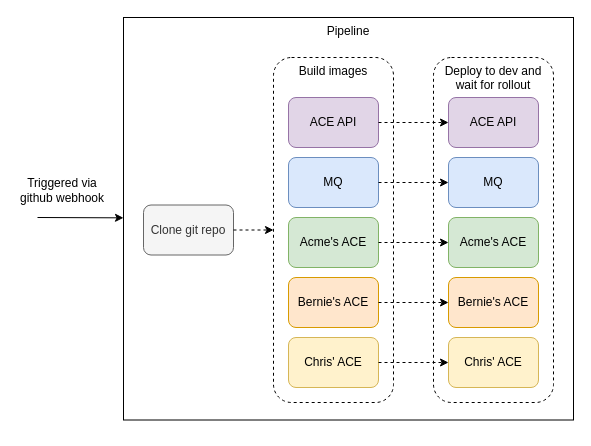
The draw.io diagram DrivewayDentDeletion/media/dev-pipeline.drawio in IBM/cp4i-deployment-samples, before the edit. Source tidied: cells renumbered, new cells numbered last; positions are measured from the earlier drawing's top-left corner, leaving out a move shared by most shapes. Both pictures are drawn from the tidied source at 100%, with x=0, y=0 at pixel (17, 17).
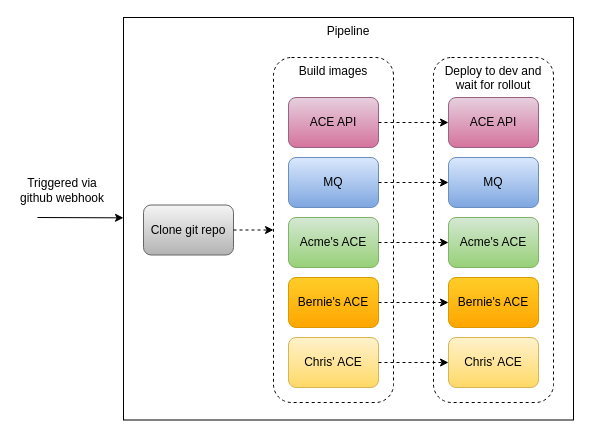
After the change.

Commit message (it also covers changes not shown here):
Add test of test env and use nice backgrounds for diagrams

Unchanged cells that the change refers to:
```xml
<mxCell id="3" style="group;dashed=1;strokeColor=none;" parent="1" vertex="1">
  <mxGeometry x="416" y="40" width="120" height="345" as="geometry" />
</mxCell>
```

Change to the diagram source:
```diff
@@
-    <mxCell id="5" value="ACE API" style="rounded=1;whiteSpace=wrap;html=1;fillColor=#e1d5e7;strokeColor=#9673a6;" parent="3" vertex="1">
+    <mxCell id="5" value="ACE API" style="rounded=1;whiteSpace=wrap;html=1;fillColor=#e6d0de;strokeColor=#996185;gradientColor=#d5739d;" parent="3" vertex="1">
       <mxGeometry x="15" y="40" width="90" height="50" as="geometry" />
     </mxCell>
-    <mxCell id="6" value="MQ" style="rounded=1;whiteSpace=wrap;html=1;fillColor=#dae8fc;strokeColor=#6c8ebf;" parent="3" vertex="1">
+    <mxCell id="6" value="MQ" style="rounded=1;whiteSpace=wrap;html=1;fillColor=#dae8fc;strokeColor=#6c8ebf;gradientColor=#7ea6e0;" parent="3" vertex="1">
       <mxGeometry x="15" y="100" width="90" height="50" as="geometry" />
     </mxCell>
-    <mxCell id="7" value="Acme's ACE" style="rounded=1;whiteSpace=wrap;html=1;fillColor=#d5e8d4;strokeColor=#82b366;" parent="3" vertex="1">
+    <mxCell id="7" value="Acme's ACE" style="rounded=1;whiteSpace=wrap;html=1;fillColor=#d5e8d4;strokeColor=#82b366;gradientColor=#97d077;" parent="3" vertex="1">
       <mxGeometry x="15" y="160" width="90" height="50" as="geometry" />
     </mxCell>
-    <mxCell id="8" value="Bernie's ACE" style="rounded=1;whiteSpace=wrap;html=1;fillColor=#ffe6cc;strokeColor=#d79b00;" parent="3" vertex="1">
+    <mxCell id="8" value="Bernie's ACE" style="rounded=1;whiteSpace=wrap;html=1;fillColor=#ffcd28;strokeColor=#d79b00;gradientColor=#ffa500;" parent="3" vertex="1">
       <mxGeometry x="15" y="220" width="90" height="50" as="geometry" />
     </mxCell>
-    <mxCell id="9" value="Chris' ACE" style="rounded=1;whiteSpace=wrap;html=1;fillColor=#fff2cc;strokeColor=#d6b656;" parent="3" vertex="1">
+    <mxCell id="9" value="Chris' ACE" style="rounded=1;whiteSpace=wrap;html=1;fillColor=#fff2cc;strokeColor=#d6b656;gradientColor=#ffd966;" parent="3" vertex="1">
       <mxGeometry x="15" y="280" width="90" height="50" as="geometry" />
     </mxCell>
@@
-    <mxCell id="13" value="ACE API" style="rounded=1;whiteSpace=wrap;html=1;fillColor=#e1d5e7;strokeColor=#9673a6;" parent="1" vertex="1">
+    <mxCell id="13" value="ACE API" style="rounded=1;whiteSpace=wrap;html=1;fillColor=#e6d0de;strokeColor=#996185;gradientColor=#d5739d;" parent="1" vertex="1">
       <mxGeometry x="271" y="80" width="90" height="50" as="geometry" />
     </mxCell>
-    <mxCell id="14" value="MQ" style="rounded=1;whiteSpace=wrap;html=1;fillColor=#dae8fc;strokeColor=#6c8ebf;" parent="1" vertex="1">
+    <mxCell id="14" value="MQ" style="rounded=1;whiteSpace=wrap;html=1;fillColor=#dae8fc;strokeColor=#6c8ebf;gradientColor=#7ea6e0;" parent="1" vertex="1">
       <mxGeometry x="271" y="140" width="90" height="50" as="geometry" />
     </mxCell>
-    <mxCell id="15" value="Acme's ACE" style="rounded=1;whiteSpace=wrap;html=1;fillColor=#d5e8d4;strokeColor=#82b366;" parent="1" vertex="1">
+    <mxCell id="15" value="Acme's ACE" style="rounded=1;whiteSpace=wrap;html=1;fillColor=#d5e8d4;strokeColor=#82b366;gradientColor=#97d077;" parent="1" vertex="1">
       <mxGeometry x="271" y="200" width="90" height="50" as="geometry" />
     </mxCell>
-    <mxCell id="16" value="Bernie's ACE" style="rounded=1;whiteSpace=wrap;html=1;fillColor=#ffe6cc;strokeColor=#d79b00;" parent="1" vertex="1">
+    <mxCell id="16" value="Bernie's ACE" style="rounded=1;whiteSpace=wrap;html=1;fillColor=#ffcd28;strokeColor=#d79b00;gradientColor=#ffa500;" parent="1" vertex="1">
       <mxGeometry x="271" y="260" width="90" height="50" as="geometry" />
     </mxCell>
-    <mxCell id="17" value="Chris' ACE" style="rounded=1;whiteSpace=wrap;html=1;fillColor=#fff2cc;strokeColor=#d6b656;" parent="1" vertex="1">
+    <mxCell id="17" value="Chris' ACE" style="rounded=1;whiteSpace=wrap;html=1;fillColor=#fff2cc;strokeColor=#d6b656;gradientColor=#ffd966;" parent="1" vertex="1">
       <mxGeometry x="271" y="320" width="90" height="50" as="geometry" />
     </mxCell>
@@
-    <mxCell id="24" value="Clone git repo" style="rounded=1;whiteSpace=wrap;html=1;fillColor=#f5f5f5;strokeColor=#666666;fontColor=#333333;" parent="1" vertex="1">
+    <mxCell id="24" value="Clone git repo" style="rounded=1;whiteSpace=wrap;html=1;fillColor=#f5f5f5;strokeColor=#666666;gradientColor=#b3b3b3;" parent="1" vertex="1">
       <mxGeometry x="126" y="187.5" width="90" height="50" as="geometry" />
     </mxCell>
```
